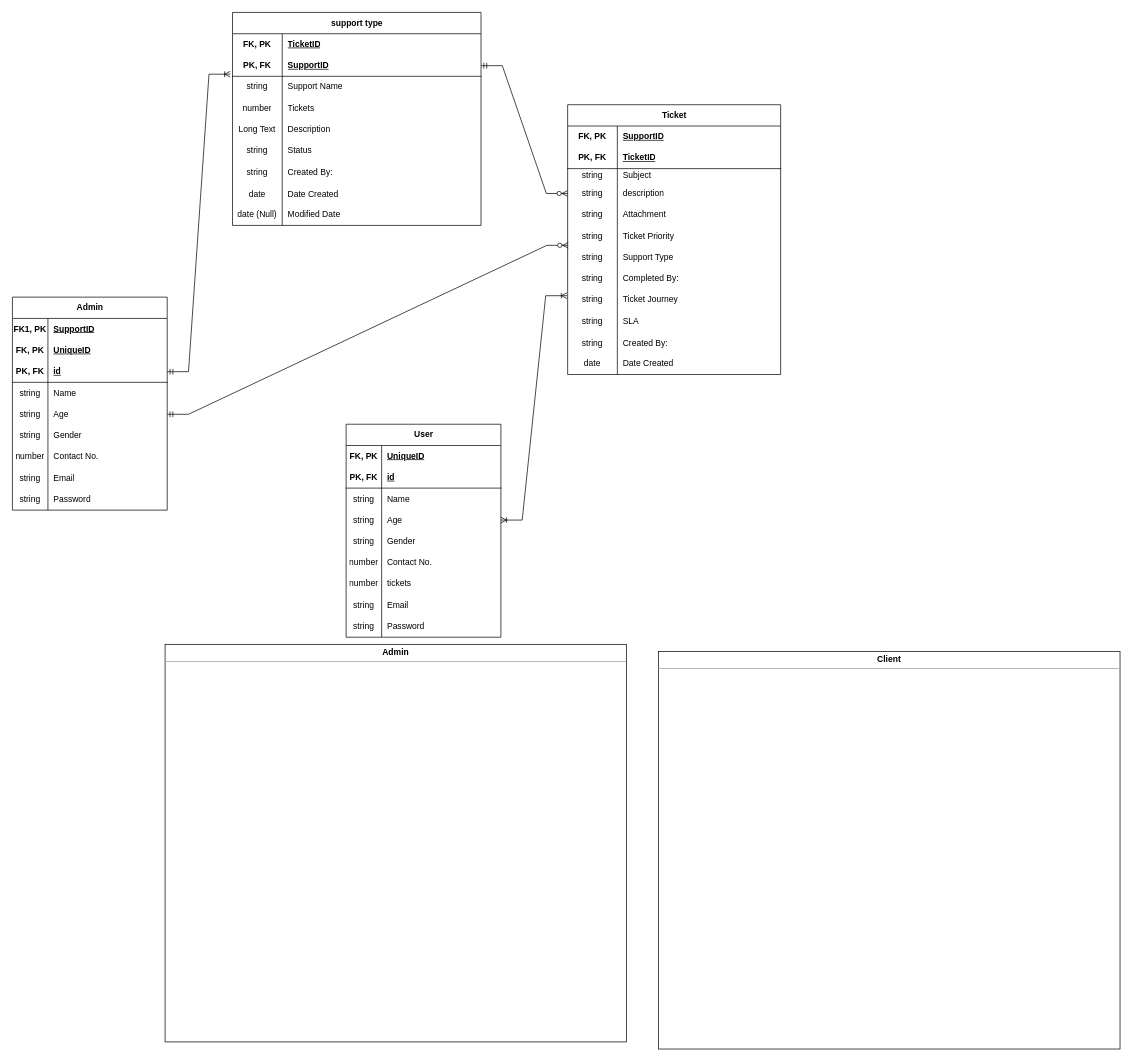
This is page "Page-1" (1 of 2) of hackdesk-erd.drawio from clydeaaron/hackdesk-erd, a draw.io file, before an edit. Source tidied: cells renumbered, new cells numbered last; positions are measured from the earlier drawing's top-left corner, leaving out a move shared by most shapes. Both pictures are drawn from the tidied source at 71%, with x=0, y=0 at pixel (12, 12).
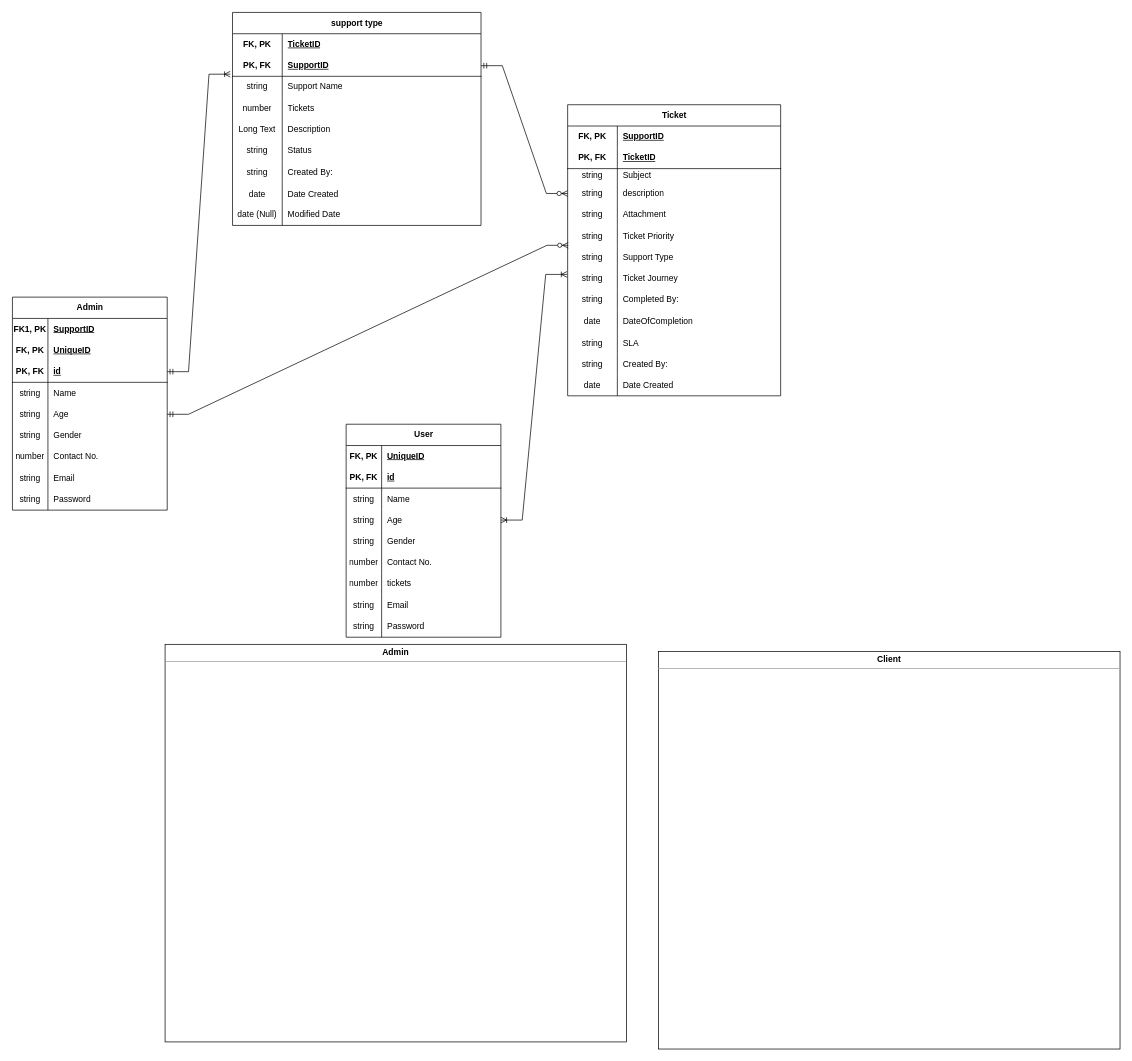
The same page after the edit.

The edit, as a diff of the source:
```diff
@@
     <mxCell id="3" value="Ticket" style="shape=table;startSize=30;childLayout=tableLayout;rowLines=0;fontStyle=1;align=center;html=1;" parent="1" vertex="1">
-      <mxGeometry x="782" y="130" width="300" height="380" as="geometry" />
+      <mxGeometry x="782" y="130" width="300" height="410" as="geometry" />
     </mxCell>
@@
+    <mxCell id="28" style="shape=tableRow;horizontal=0;startSize=0;swimlaneHead=0;swimlaneBody=0;fillColor=none;points=[[0,0.5],[1,0.5]];portConstraint=eastwest;top=0;left=0;right=0;bottom=0;" parent="3" vertex="1">
+      <mxGeometry y="230" width="300" height="30" as="geometry" />
+    </mxCell>
+    <mxCell id="29" value="string" style="shape=partialRectangle;fillColor=none;top=0;left=0;bottom=0;right=0;fontStyle=0;overflow=hidden;whiteSpace=wrap;html=1;" parent="28" vertex="1">
+      <mxGeometry width="70" height="30" as="geometry" />
+    </mxCell>
+    <mxCell id="30" value="Ticket Journey" style="shape=partialRectangle;fillColor=none;top=0;left=0;bottom=0;right=0;align=left;spacingLeft=6;fontStyle=0;overflow=hidden;whiteSpace=wrap;html=1;" parent="28" vertex="1">
+      <mxGeometry x="70" width="230" height="30" as="geometry" />
+    </mxCell>
     <mxCell id="25" style="shape=tableRow;horizontal=0;startSize=0;swimlaneHead=0;swimlaneBody=0;fillColor=none;top=0;left=0;right=0;bottom=0;" parent="3" vertex="1">
-      <mxGeometry y="230" width="300" height="30" as="geometry" />
+      <mxGeometry y="260" width="300" height="30" as="geometry" />
     </mxCell>
@@
-    <mxCell id="28" style="shape=tableRow;horizontal=0;startSize=0;swimlaneHead=0;swimlaneBody=0;fillColor=none;points=[[0,0.5],[1,0.5]];portConstraint=eastwest;top=0;left=0;right=0;bottom=0;" parent="3" vertex="1">
-      <mxGeometry y="260" width="300" height="30" as="geometry" />
-    </mxCell>
-    <mxCell id="29" value="string" style="shape=partialRectangle;fillColor=none;top=0;left=0;bottom=0;right=0;fontStyle=0;overflow=hidden;whiteSpace=wrap;html=1;" parent="28" vertex="1">
-      <mxGeometry width="70" height="30" as="geometry" />
-    </mxCell>
-    <mxCell id="30" value="Ticket Journey" style="shape=partialRectangle;fillColor=none;top=0;left=0;bottom=0;right=0;align=left;spacingLeft=6;fontStyle=0;overflow=hidden;whiteSpace=wrap;html=1;" parent="28" vertex="1">
-      <mxGeometry x="70" width="230" height="30" as="geometry" />
-    </mxCell>
+    <mxCell id="130" style="shape=tableRow;horizontal=0;startSize=0;swimlaneHead=0;swimlaneBody=0;fillColor=none;top=0;left=0;right=0;bottom=0;" parent="3" vertex="1">
+      <mxGeometry y="290" width="300" height="30" as="geometry" />
+    </mxCell>
+    <mxCell id="131" value="date" style="shape=partialRectangle;fillColor=none;top=0;left=0;bottom=0;right=0;fontStyle=0;overflow=hidden;whiteSpace=wrap;html=1;" parent="130" vertex="1">
+      <mxGeometry width="70" height="30" as="geometry" />
+    </mxCell>
+    <mxCell id="132" value="DateOfCompletion" style="shape=partialRectangle;fillColor=none;top=0;left=0;bottom=0;right=0;align=left;spacingLeft=6;fontStyle=0;overflow=hidden;whiteSpace=wrap;html=1;" parent="130" vertex="1">
+      <mxGeometry x="70" width="230" height="30" as="geometry" />
+    </mxCell>
     <mxCell id="31" style="shape=tableRow;horizontal=0;startSize=0;swimlaneHead=0;swimlaneBody=0;fillColor=none;top=0;left=0;right=0;bottom=0;" parent="3" vertex="1">
-      <mxGeometry y="290" width="300" height="30" as="geometry" />
+      <mxGeometry y="320" width="300" height="30" as="geometry" />
     </mxCell>
@@
     <mxCell id="34" style="shape=tableRow;horizontal=0;startSize=0;swimlaneHead=0;swimlaneBody=0;fillColor=none;top=0;left=0;right=0;bottom=0;" parent="3" vertex="1">
-      <mxGeometry y="320" width="300" height="30" as="geometry" />
+      <mxGeometry y="350" width="300" height="30" as="geometry" />
     </mxCell>
@@
     <mxCell id="37" style="shape=tableRow;horizontal=0;startSize=0;swimlaneHead=0;swimlaneBody=0;fillColor=none;top=0;left=0;right=0;bottom=0;" parent="3" vertex="1">
-      <mxGeometry y="350" width="300" height="30" as="geometry" />
+      <mxGeometry y="380" width="300" height="30" as="geometry" />
     </mxCell>
```
